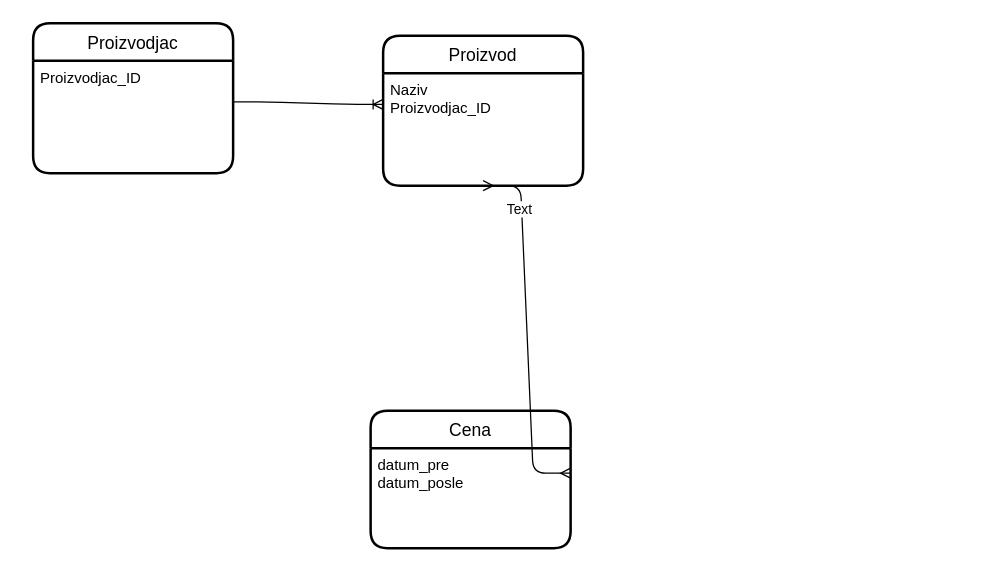
Above: Untitled Diagram.drawio in PillDealBro/ChetBox (draw.io), before the change. Source tidied: cells renumbered, new cells numbered last; positions are measured from the earlier drawing's top-left corner, leaving out a move shared by most shapes. Both pictures are drawn from the tidied source at 125%, with x=0, y=0 at pixel (32, 22).
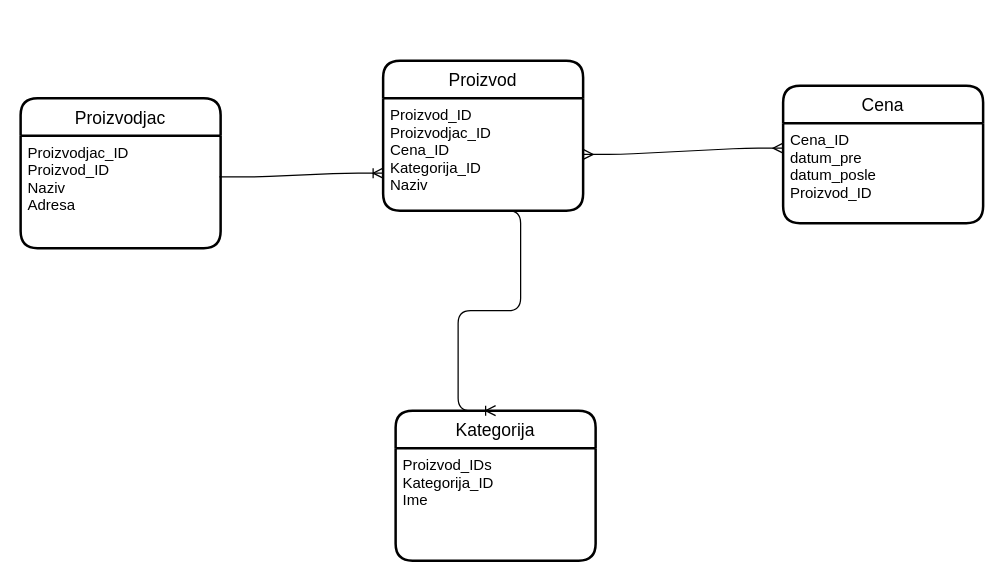
The same page after the edit.

What changed in the source:
```diff
@@
 <mxGraphModel>
   <root>
     <mxCell id="0" />
     <mxCell id="1" parent="0" />
     <mxCell id="2" value="Proizvodjac" style="swimlane;horizontal=1;startSize=30;rounded=1;fontSize=14;fontStyle=0;strokeWidth=2;shadow=0;dashed=0;align=center;" parent="1" vertex="1">
-      <mxGeometry width="160" height="120" as="geometry" />
+      <mxGeometry x="-10" y="60" width="160" height="120" as="geometry" />
     </mxCell>
-    <mxCell id="3" value="Proizvodjac_ID&#10;&#10;" style="align=left;strokeColor=none;fillColor=none;spacingLeft=4;fontSize=12;verticalAlign=top;" parent="2" vertex="1">
+    <mxCell id="3" value="Proizvodjac_ID&#10;Proizvod_ID&#10;Naziv &#10;Adresa" style="align=left;strokeColor=none;fillColor=none;spacingLeft=4;fontSize=12;verticalAlign=top;" parent="2" vertex="1">
       <mxGeometry y="30" width="160" height="90" as="geometry" />
     </mxCell>
-    <mxCell id="4" style="edgeStyle=entityRelationEdgeStyle;fontSize=12;html=1;endArrow=ERoneToMany;exitX=0.994;exitY=0.367;exitDx=0;exitDy=0;exitPerimeter=0;" parent="1" edge="1" source="3">
-      <mxGeometry relative="1" as="geometry">
-        <mxPoint x="280" y="65" as="targetPoint" />
-      </mxGeometry>
+    <mxCell id="4" style="edgeStyle=entityRelationEdgeStyle;fontSize=12;html=1;endArrow=ERoneToMany;exitX=0.994;exitY=0.367;exitDx=0;exitDy=0;exitPerimeter=0;entryX=0;entryY=0.75;entryDx=0;entryDy=0;" parent="1" edge="1" source="3" target="5">
+      <mxGeometry relative="1" as="geometry" />
     </mxCell>
     <mxCell id="5" value="Proizvod" style="swimlane;horizontal=1;startSize=30;rounded=1;fontSize=14;fontStyle=0;strokeWidth=2;shadow=0;dashed=0;align=center;" parent="1" vertex="1">
-      <mxGeometry x="280" y="10" width="160" height="120" as="geometry" />
+      <mxGeometry x="280" y="30" width="160" height="120" as="geometry" />
     </mxCell>
-    <mxCell id="6" value="Naziv&#10;Proizvodjac_ID" style="align=left;strokeColor=none;fillColor=none;spacingLeft=4;fontSize=12;verticalAlign=top;" parent="5" vertex="1">
+    <mxCell id="6" value="Proizvod_ID&#10;Proizvodjac_ID&#10;Cena_ID&#10;Kategorija_ID&#10;Naziv" style="align=left;strokeColor=none;fillColor=none;spacingLeft=4;fontSize=12;verticalAlign=top;" parent="5" vertex="1">
       <mxGeometry y="30" width="160" height="90" as="geometry" />
     </mxCell>
     <mxCell id="7" value="Cena" style="swimlane;horizontal=1;startSize=30;rounded=1;fontSize=14;fontStyle=0;strokeWidth=2;shadow=0;dashed=0;align=center;" parent="1" vertex="1">
-      <mxGeometry x="270" y="310" width="160" height="110" as="geometry" />
+      <mxGeometry x="600" y="50" width="160" height="110" as="geometry" />
     </mxCell>
-    <mxCell id="8" value="datum_pre&#10;datum_posle" style="align=left;strokeColor=none;fillColor=none;spacingLeft=4;fontSize=12;verticalAlign=top;" parent="7" vertex="1">
+    <mxCell id="8" value="Cena_ID&#10;datum_pre&#10;datum_posle&#10;Proizvod_ID" style="align=left;strokeColor=none;fillColor=none;spacingLeft=4;fontSize=12;verticalAlign=top;" parent="7" vertex="1">
       <mxGeometry y="30" width="160" height="80" as="geometry" />
     </mxCell>
-    <mxCell id="9" style="edgeStyle=entityRelationEdgeStyle;fontSize=12;html=1;endArrow=ERmany;startArrow=ERmany;entryX=0.5;entryY=1;entryDx=0;entryDy=0;exitX=1;exitY=0.25;exitDx=0;exitDy=0;" parent="1" edge="1" source="8" target="6">
-      <mxGeometry relative="1" as="geometry" />
-    </mxCell>
-    <mxCell id="10" value="Text" style="edgeLabel;html=1;align=center;verticalAlign=middle;" parent="9" vertex="1">
-      <mxGeometry x="0.67" y="2" relative="1" as="geometry" />
-    </mxCell>
+    <mxCell id="11" style="edgeStyle=entityRelationEdgeStyle;fontSize=12;html=1;endArrow=ERmany;startArrow=ERmany;entryX=0;entryY=0.25;entryDx=0;entryDy=0;exitX=1;exitY=0.5;exitDx=0;exitDy=0;" parent="1" edge="1" source="6" target="8">
+      <mxGeometry relative="1" as="geometry" />
+    </mxCell>
+    <mxCell id="12" value="Kategorija" style="swimlane;horizontal=1;startSize=30;rounded=1;fontSize=14;fontStyle=0;strokeWidth=2;shadow=0;dashed=0;align=center;" parent="1" vertex="1">
+      <mxGeometry x="290" y="310" width="160" height="120" as="geometry" />
+    </mxCell>
+    <mxCell id="13" value="Proizvod_IDs&#10;Kategorija_ID&#10;Ime" style="align=left;strokeColor=none;fillColor=none;spacingLeft=4;fontSize=12;verticalAlign=top;" parent="12" vertex="1">
+      <mxGeometry y="30" width="160" height="90" as="geometry" />
+    </mxCell>
+    <mxCell id="14" style="edgeStyle=entityRelationEdgeStyle;fontSize=12;html=1;endArrow=ERoneToMany;exitX=0.5;exitY=1;exitDx=0;exitDy=0;entryX=0.5;entryY=0;entryDx=0;entryDy=0;" parent="1" edge="1" source="6" target="12">
+      <mxGeometry relative="1" as="geometry" />
+    </mxCell>
   </root>
 </mxGraphModel>
```
